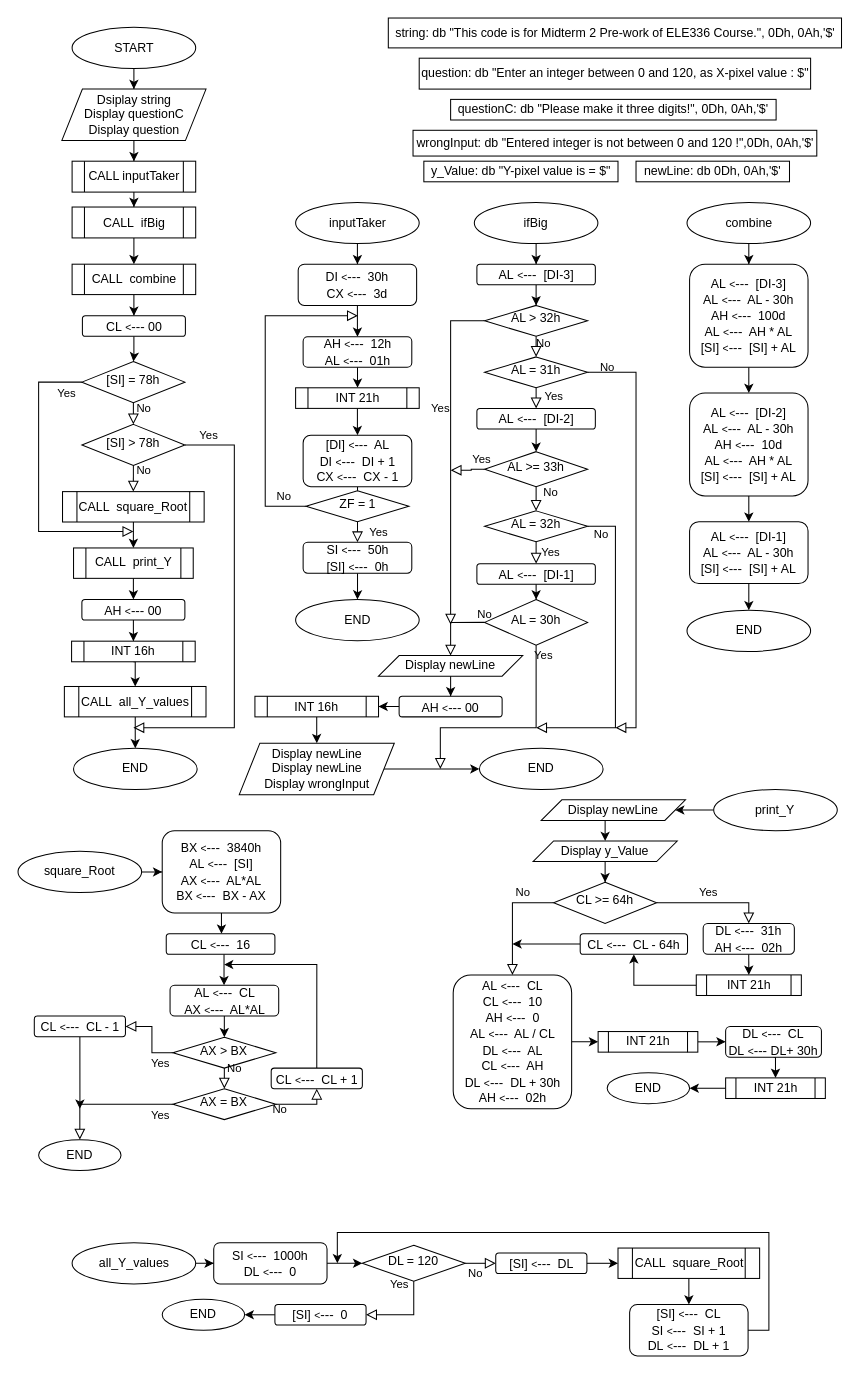
mmuurraatt/My-Projects-On-Github keeps this draw.io diagram as micro_mt2_1.drawio. Above is the earlier version. Source tidied: cells renumbered, new cells numbered last; positions are measured from the earlier drawing's top-left corner, leaving out a move shared by most shapes. Both pictures are drawn from the tidied source at 103%, with x=0, y=0 at pixel (18, 18).
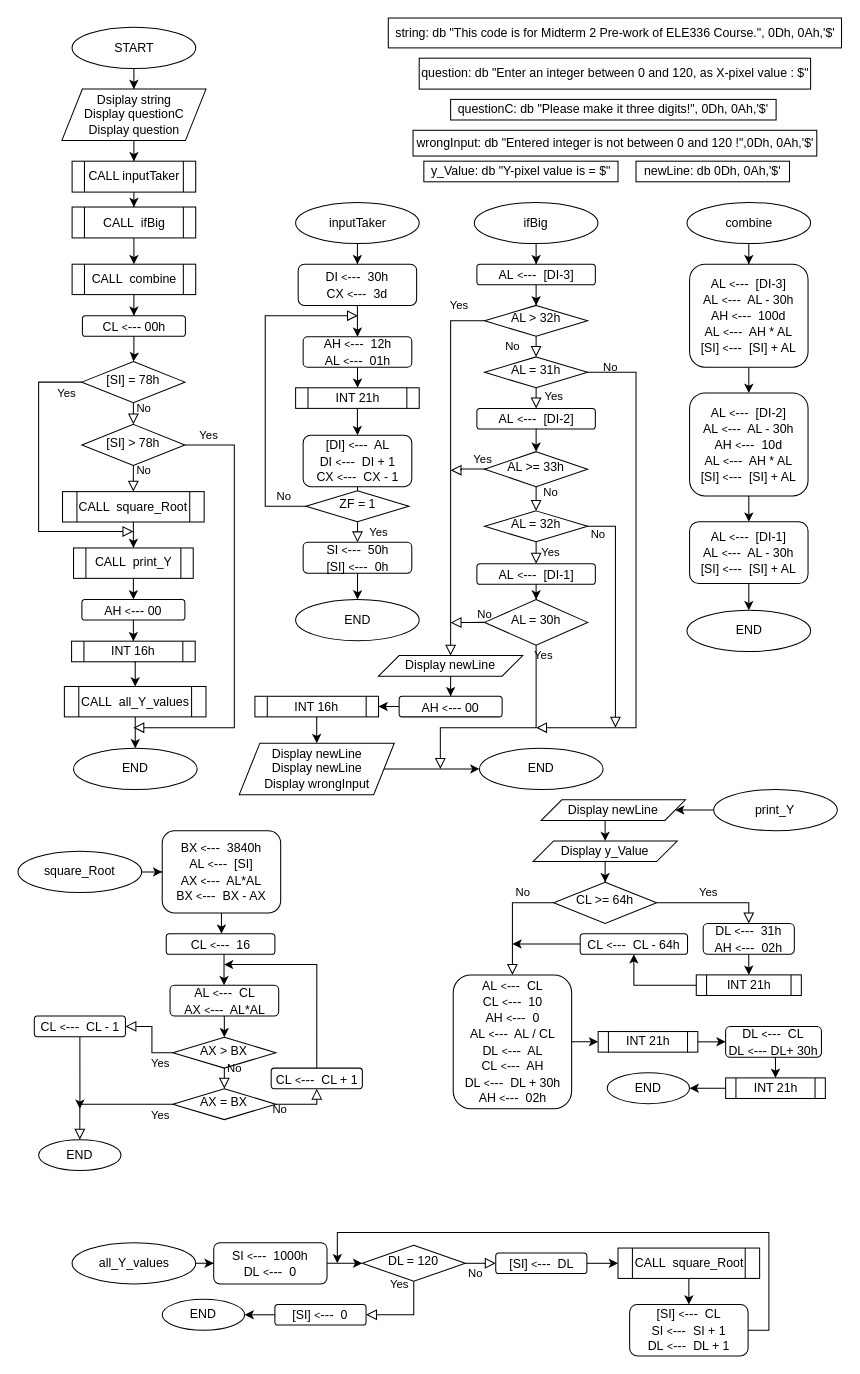
The same page after the edit.

Unchanged cells that the change refers to:
```xml
<mxCell id="55" value="AL &amp;gt; 32h" style="rhombus;whiteSpace=wrap;html=1;shadow=0;fontFamily=Helvetica;fontSize=12;align=center;strokeWidth=1;spacing=6;spacingTop=-4;" parent="1" vertex="1">
  <mxGeometry x="453" y="279" width="100" height="30" as="geometry" />
</mxCell>
<mxCell id="58" value="AL = 31h" style="rhombus;whiteSpace=wrap;html=1;shadow=0;fontFamily=Helvetica;fontSize=12;align=center;strokeWidth=1;spacing=6;spacingTop=-4;" parent="1" vertex="1">
  <mxGeometry x="453" y="329" width="100" height="30" as="geometry" />
</mxCell>
<mxCell id="63" value="AL &amp;gt;= 33h" style="rhombus;whiteSpace=wrap;html=1;shadow=0;fontFamily=Helvetica;fontSize=12;align=center;strokeWidth=1;spacing=6;spacingTop=-4;" parent="1" vertex="1">
  <mxGeometry x="453" y="421" width="100" height="34" as="geometry" />
</mxCell>
<mxCell id="65" value="AL = 32h" style="rhombus;whiteSpace=wrap;html=1;shadow=0;fontFamily=Helvetica;fontSize=12;align=center;strokeWidth=1;spacing=6;spacingTop=-4;" parent="1" vertex="1">
  <mxGeometry x="453" y="478.5" width="100" height="30" as="geometry" />
</mxCell>
<mxCell id="71" value="AL = 30h" style="rhombus;whiteSpace=wrap;html=1;shadow=0;fontFamily=Helvetica;fontSize=12;align=center;strokeWidth=1;spacing=6;spacingTop=-4;" parent="1" vertex="1">
  <mxGeometry x="453" y="564.5" width="100" height="44.5" as="geometry" />
</mxCell>
<mxCell id="75" value="Display newLine&lt;br&gt;" style="shape=parallelogram;perimeter=parallelogramPerimeter;whiteSpace=wrap;html=1;fixedSize=1;" parent="1" vertex="1">
  <mxGeometry x="350" y="619" width="140" height="20" as="geometry" />
</mxCell>
```

Change to the diagram source:
```diff
@@
-    <mxCell id="15" value="CL&amp;nbsp;&lt;font style=&quot;font-size: 10px&quot;&gt;&amp;lt;&lt;/font&gt;&lt;font style=&quot;font-size: 13px&quot;&gt;---&lt;/font&gt;&amp;nbsp;00" style="rounded=1;whiteSpace=wrap;html=1;fontSize=12;glass=0;strokeWidth=1;shadow=0;" parent="1" vertex="1">
+    <mxCell id="15" value="CL&amp;nbsp;&lt;font style=&quot;font-size: 10px&quot;&gt;&amp;lt;&lt;/font&gt;&lt;font style=&quot;font-size: 13px&quot;&gt;---&lt;/font&gt;&amp;nbsp;00h" style="rounded=1;whiteSpace=wrap;html=1;fontSize=12;glass=0;strokeWidth=1;shadow=0;" parent="1" vertex="1">
       <mxGeometry x="62.5" y="289" width="100" height="20" as="geometry" />
     </mxCell>
@@
     <mxCell id="56" value="No" style="rounded=0;html=1;jettySize=auto;fontSize=11;endArrow=block;endFill=0;endSize=8;strokeWidth=1;shadow=0;labelBackgroundColor=none;edgeStyle=orthogonalEdgeStyle;exitX=0.5;exitY=1;exitDx=0;exitDy=0;entryX=0.5;entryY=0;entryDx=0;entryDy=0;" parent="1" edge="1" source="55" target="58">
-      <mxGeometry x="-0.33" y="7" relative="1" as="geometry" />
+      <mxGeometry y="-23" relative="1" as="geometry" />
     </mxCell>
-    <mxCell id="57" value="Yes" style="rounded=0;html=1;jettySize=auto;fontSize=11;endArrow=block;endFill=0;endSize=8;strokeWidth=1;shadow=0;labelBackgroundColor=none;edgeStyle=orthogonalEdgeStyle;exitX=0;exitY=0.5;exitDx=0;exitDy=0;" parent="1" edge="1" source="55">
-      <mxGeometry x="-0.28" y="-10" relative="1" as="geometry">
-        <mxPoint x="420" y="589" as="targetPoint" />
+    <mxCell id="57" value="Yes" style="rounded=0;html=1;jettySize=auto;fontSize=11;endArrow=block;endFill=0;endSize=8;strokeWidth=1;shadow=0;labelBackgroundColor=none;edgeStyle=orthogonalEdgeStyle;exitX=0;exitY=0.5;exitDx=0;exitDy=0;entryX=0.5;entryY=0;entryDx=0;entryDy=0;" parent="1" edge="1" source="55" target="75">
+      <mxGeometry x="-0.86" y="-15" relative="1" as="geometry">
         <Array as="points">
           <mxPoint x="420" y="294" />
         </Array>
       </mxGeometry>
     </mxCell>
@@
     <mxCell id="59" value="No" style="rounded=0;html=1;jettySize=auto;fontSize=11;endArrow=block;endFill=0;endSize=8;strokeWidth=1;shadow=0;labelBackgroundColor=none;edgeStyle=orthogonalEdgeStyle;exitX=1;exitY=0.5;exitDx=0;exitDy=0;" parent="1" edge="1" source="58">
       <mxGeometry x="-0.91" y="5" relative="1" as="geometry">
-        <mxPoint x="580" y="689" as="targetPoint" />
+        <mxPoint x="503" y="689" as="targetPoint" />
         <Array as="points">
           <mxPoint x="600" y="344" />
           <mxPoint x="600" y="689" />
           <mxPoint x="580" y="689" />
         </Array>
       </mxGeometry>
     </mxCell>
@@
-    <mxCell id="66" value="Yes" style="rounded=0;html=1;jettySize=auto;fontSize=11;endArrow=block;endFill=0;endSize=8;strokeWidth=1;shadow=0;labelBackgroundColor=none;edgeStyle=orthogonalEdgeStyle;exitX=0;exitY=0.5;exitDx=0;exitDy=0;" parent="1" edge="1" source="63">
+    <mxCell id="66" value="Yes" style="rounded=0;html=1;jettySize=auto;fontSize=11;endArrow=block;endFill=0;endSize=8;strokeWidth=1;shadow=0;labelBackgroundColor=none;edgeStyle=orthogonalEdgeStyle;exitX=0.011;exitY=0.498;exitDx=0;exitDy=0;exitPerimeter=0;" parent="1" edge="1" source="63">
       <mxGeometry x="-0.82" y="-9" relative="1" as="geometry">
         <mxPoint x="420" y="439" as="targetPoint" />
         <Array as="points">
-          <mxPoint x="440" y="438" />
-          <mxPoint x="420" y="439" />
+          <mxPoint x="430" y="438" />
+          <mxPoint x="430" y="439" />
         </Array>
       </mxGeometry>
     </mxCell>
@@
     <mxCell id="68" value="No" style="rounded=0;html=1;jettySize=auto;fontSize=11;endArrow=block;endFill=0;endSize=8;strokeWidth=1;shadow=0;labelBackgroundColor=none;edgeStyle=orthogonalEdgeStyle;exitX=1;exitY=0.5;exitDx=0;exitDy=0;" parent="1" edge="1" source="65">
       <mxGeometry x="-0.91" y="-7" relative="1" as="geometry">
-        <mxPoint x="503" y="689" as="targetPoint" />
+        <mxPoint x="580" y="689" as="targetPoint" />
         <Array as="points">
           <mxPoint x="580" y="494" />
-          <mxPoint x="580" y="689" />
-          <mxPoint x="503" y="689" />
+          <mxPoint x="580" y="659" />
         </Array>
       </mxGeometry>
     </mxCell>
@@
-    <mxCell id="73" value="No" style="rounded=0;html=1;jettySize=auto;fontSize=11;endArrow=block;endFill=0;endSize=8;strokeWidth=1;shadow=0;labelBackgroundColor=none;edgeStyle=orthogonalEdgeStyle;exitX=0;exitY=0.5;exitDx=0;exitDy=0;entryX=0.5;entryY=0;entryDx=0;entryDy=0;" parent="1" edge="1" source="71" target="75">
+    <mxCell id="73" value="No" style="rounded=0;html=1;jettySize=auto;fontSize=11;endArrow=block;endFill=0;endSize=8;strokeWidth=1;shadow=0;labelBackgroundColor=none;edgeStyle=orthogonalEdgeStyle;exitX=0;exitY=0.5;exitDx=0;exitDy=0;" parent="1" edge="1" source="71">
       <mxGeometry x="-1" y="-8" relative="1" as="geometry">
+        <mxPoint x="420" y="587" as="targetPoint" />
         <Array as="points">
-          <mxPoint x="420" y="587" />
+          <mxPoint x="440" y="587" />
         </Array>
       </mxGeometry>
     </mxCell>
```
